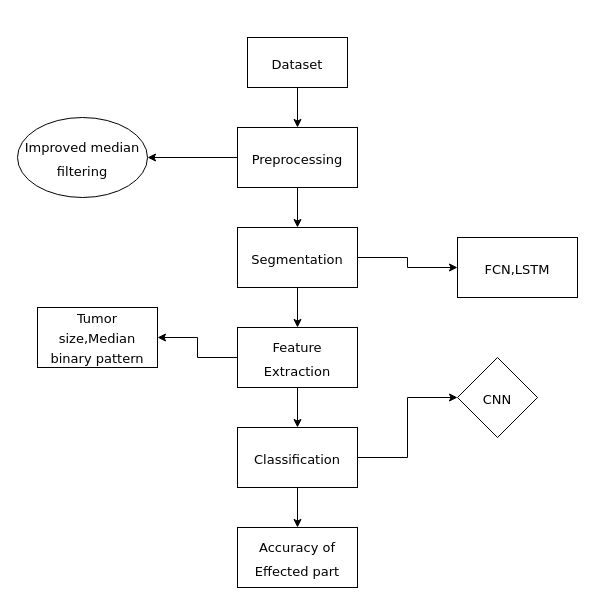
Above: manasa_design.drawio in ChanumoluGayathri/System_Design (draw.io), before the change. Source tidied: cells renumbered, new cells numbered last; positions are measured from the earlier drawing's top-left corner, leaving out a move shared by most shapes. Both pictures are drawn from the tidied source at 100%, with x=0, y=0 at pixel (17, 37). Pictures stored in the file or linked from it are replaced by grey dashed boxes.
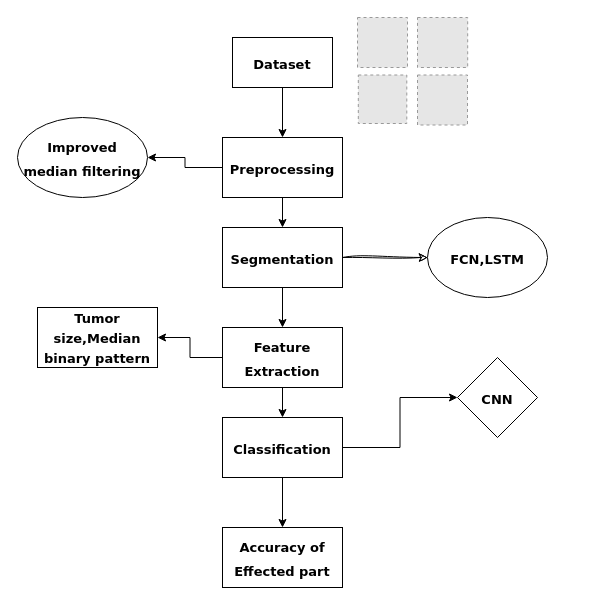
The same diagram, later.

What changed in the source:
```diff
@@
-    <mxCell id="3" value="&lt;font style=&quot;font-size: 13px;&quot; face=&quot;Verdana&quot;&gt;Dataset&lt;/font&gt;" style="rounded=0;whiteSpace=wrap;html=1;hachureGap=4;fontFamily=Architects Daughter;fontSize=20;" parent="1" vertex="1">
-      <mxGeometry x="230" width="100" height="50" as="geometry" />
+    <mxCell id="3" value="&lt;font style=&quot;font-size: 13px;&quot; face=&quot;Verdana&quot;&gt;&lt;b&gt;Dataset&lt;/b&gt;&lt;/font&gt;" style="rounded=0;whiteSpace=wrap;html=1;hachureGap=4;fontFamily=Architects Daughter;fontSize=20;" parent="1" vertex="1">
+      <mxGeometry x="215" width="100" height="50" as="geometry" />
     </mxCell>
@@
-    <mxCell id="6" value="&lt;font style=&quot;font-size: 13px;&quot; face=&quot;Verdana&quot;&gt;Preprocessing&lt;/font&gt;" style="rounded=0;whiteSpace=wrap;html=1;hachureGap=4;fontFamily=Architects Daughter;fontSize=20;" parent="1" vertex="1">
-      <mxGeometry x="220" y="90" width="120" height="60" as="geometry" />
+    <mxCell id="6" value="&lt;font style=&quot;font-size: 13px;&quot; face=&quot;Verdana&quot;&gt;&lt;b&gt;Preprocessing&lt;/b&gt;&lt;/font&gt;" style="rounded=0;whiteSpace=wrap;html=1;hachureGap=4;fontFamily=Architects Daughter;fontSize=20;" parent="1" vertex="1">
+      <mxGeometry x="205" y="100" width="120" height="60" as="geometry" />
     </mxCell>
-    <mxCell id="7" value="&lt;font style=&quot;font-size: 13px;&quot; face=&quot;Verdana&quot;&gt;Improved median filtering&lt;/font&gt;" style="ellipse;whiteSpace=wrap;html=1;hachureGap=4;fontFamily=Architects Daughter;fontSize=20;" parent="1" vertex="1">
+    <mxCell id="7" value="&lt;font style=&quot;font-size: 13px;&quot; face=&quot;Verdana&quot;&gt;&lt;b&gt;Improved median filtering&lt;/b&gt;&lt;/font&gt;" style="ellipse;whiteSpace=wrap;html=1;hachureGap=4;fontFamily=Architects Daughter;fontSize=20;" parent="1" vertex="1">
       <mxGeometry y="80" width="130" height="80" as="geometry" />
     </mxCell>
@@
-    <mxCell id="9" style="edgeStyle=orthogonalEdgeStyle;rounded=0;hachureGap=4;jettySize=auto;html=1;fontFamily=Architects Daughter;fontSize=16;" parent="1" edge="1" source="10" target="19">
+    <mxCell id="9" style="edgeStyle=orthogonalEdgeStyle;rounded=0;sketch=1;hachureGap=4;jiggle=2;curveFitting=1;jettySize=auto;html=1;fontFamily=Architects Daughter;fontSize=16;" parent="1" edge="1" source="10" target="19">
       <mxGeometry relative="1" as="geometry" />
     </mxCell>
-    <mxCell id="10" value="&lt;font style=&quot;font-size: 13px;&quot; face=&quot;Verdana&quot;&gt;Segmentation&lt;/font&gt;" style="rounded=0;whiteSpace=wrap;html=1;hachureGap=4;fontFamily=Architects Daughter;fontSize=20;" parent="1" vertex="1">
-      <mxGeometry x="220" y="190" width="120" height="60" as="geometry" />
+    <mxCell id="10" value="&lt;font style=&quot;font-size: 13px;&quot; face=&quot;Verdana&quot;&gt;&lt;b&gt;Segmentation&lt;/b&gt;&lt;/font&gt;" style="rounded=0;whiteSpace=wrap;html=1;hachureGap=4;fontFamily=Architects Daughter;fontSize=20;" parent="1" vertex="1">
+      <mxGeometry x="205" y="190" width="120" height="60" as="geometry" />
     </mxCell>
@@
-    <mxCell id="13" value="&lt;font style=&quot;font-size: 13px;&quot; face=&quot;Verdana&quot;&gt;Feature Extraction&lt;/font&gt;" style="rounded=0;whiteSpace=wrap;html=1;hachureGap=4;fontFamily=Architects Daughter;fontSize=20;" parent="1" vertex="1">
-      <mxGeometry x="220" y="290" width="120" height="60" as="geometry" />
+    <mxCell id="13" value="&lt;font style=&quot;font-size: 13px;&quot; face=&quot;Verdana&quot;&gt;&lt;b&gt;Feature Extraction&lt;/b&gt;&lt;/font&gt;" style="rounded=0;whiteSpace=wrap;html=1;hachureGap=4;fontFamily=Architects Daughter;fontSize=20;" parent="1" vertex="1">
+      <mxGeometry x="205" y="290" width="120" height="60" as="geometry" />
     </mxCell>
-    <mxCell id="14" value="&lt;p style=&quot;line-height: 90%;&quot;&gt;&lt;font style=&quot;font-size: 13px;&quot; face=&quot;Verdana&quot;&gt;Tumor size,Median binary pattern&lt;/font&gt;&lt;/p&gt;" style="rounded=0;whiteSpace=wrap;html=1;hachureGap=4;fontFamily=Architects Daughter;fontSize=20;" parent="1" vertex="1">
+    <mxCell id="14" value="&lt;p style=&quot;line-height: 90%;&quot;&gt;&lt;font style=&quot;font-size: 13px;&quot; face=&quot;Verdana&quot;&gt;&lt;b&gt;Tumor size,Median binary pattern&lt;/b&gt;&lt;/font&gt;&lt;/p&gt;" style="rounded=0;whiteSpace=wrap;html=1;hachureGap=4;fontFamily=Architects Daughter;fontSize=20;" parent="1" vertex="1">
       <mxGeometry x="20" y="270" width="120" height="60" as="geometry" />
     </mxCell>
@@
-    <mxCell id="17" value="&lt;font style=&quot;font-size: 13px;&quot; face=&quot;Verdana&quot;&gt;Classification&lt;/font&gt;" style="rounded=0;whiteSpace=wrap;html=1;hachureGap=4;fontFamily=Architects Daughter;fontSize=20;" parent="1" vertex="1">
-      <mxGeometry x="220" y="390" width="120" height="60" as="geometry" />
+    <mxCell id="17" value="&lt;font style=&quot;font-size: 13px;&quot; face=&quot;Verdana&quot;&gt;&lt;b&gt;Classification&lt;/b&gt;&lt;/font&gt;" style="rounded=0;whiteSpace=wrap;html=1;hachureGap=4;fontFamily=Architects Daughter;fontSize=20;" parent="1" vertex="1">
+      <mxGeometry x="205" y="380" width="120" height="60" as="geometry" />
     </mxCell>
-    <mxCell id="18" value="&lt;font style=&quot;font-size: 13px;&quot; face=&quot;Verdana&quot;&gt;Accuracy of Effected part&lt;/font&gt;" style="rounded=0;whiteSpace=wrap;html=1;hachureGap=4;fontFamily=Architects Daughter;fontSize=20;" parent="1" vertex="1">
-      <mxGeometry x="220" y="490" width="120" height="60" as="geometry" />
+    <mxCell id="18" value="&lt;font style=&quot;font-size: 13px;&quot; face=&quot;Verdana&quot;&gt;&lt;b&gt;Accuracy of Effected part&lt;/b&gt;&lt;/font&gt;" style="rounded=0;whiteSpace=wrap;html=1;hachureGap=4;fontFamily=Architects Daughter;fontSize=20;" parent="1" vertex="1">
+      <mxGeometry x="205" y="490" width="120" height="60" as="geometry" />
     </mxCell>
+    <mxCell id="20" value="&lt;font style=&quot;font-size: 13px;&quot; face=&quot;Verdana&quot;&gt;&lt;b&gt;CNN&lt;/b&gt;&lt;/font&gt;" style="rhombus;whiteSpace=wrap;html=1;hachureGap=4;fontFamily=Architects Daughter;fontSize=20;" parent="1" vertex="1">
+      <mxGeometry x="440" y="320" width="80" height="80" as="geometry" />
+    </mxCell>
+    <mxCell id="21" style="fillColor=#E6E6E6;strokeColor=#999999;dashed=1;verticalLabelPosition=bottom;labelBackgroundColor=default;verticalAlign=top;" parent="1" vertex="1">
+      <mxGeometry x="340" y="-20" width="50" height="50" as="geometry" />
+    </mxCell>
+    <mxCell id="22" style="fillColor=#E6E6E6;strokeColor=#999999;dashed=1;verticalLabelPosition=bottom;labelBackgroundColor=default;verticalAlign=top;" parent="1" vertex="1">
+      <mxGeometry x="400" y="-20" width="50.2" height="50" as="geometry" />
+    </mxCell>
+    <mxCell id="23" style="fillColor=#E6E6E6;strokeColor=#999999;dashed=1;verticalLabelPosition=bottom;labelBackgroundColor=default;verticalAlign=top;" parent="1" vertex="1">
+      <mxGeometry x="400" y="37.5" width="50" height="50" as="geometry" />
+    </mxCell>
+    <mxCell id="24" style="fillColor=#E6E6E6;strokeColor=#999999;dashed=1;verticalLabelPosition=bottom;labelBackgroundColor=default;verticalAlign=top;" parent="1" vertex="1">
+      <mxGeometry x="340.8" y="37.5" width="48.5" height="48.5" as="geometry" />
+    </mxCell>
-    <mxCell id="19" value="&lt;font style=&quot;font-size: 13px;&quot; face=&quot;Verdana&quot;&gt;FCN,LSTM&lt;/font&gt;" style="rounded=0;whiteSpace=wrap;html=1;hachureGap=4;fontFamily=Architects Daughter;fontSize=20;" parent="1" vertex="1">
-      <mxGeometry x="440" y="200" width="120" height="60" as="geometry" />
+    <mxCell id="19" value="&lt;font style=&quot;font-size: 13px;&quot; face=&quot;Verdana&quot;&gt;&lt;b&gt;FCN,LSTM&lt;/b&gt;&lt;/font&gt;" style="ellipse;whiteSpace=wrap;html=1;hachureGap=4;fontFamily=Architects Daughter;fontSize=20;" parent="1" vertex="1">
+      <mxGeometry x="410" y="180" width="120" height="80" as="geometry" />
     </mxCell>
-    <mxCell id="20" value="&lt;font style=&quot;font-size: 13px;&quot; face=&quot;Verdana&quot;&gt;CNN&lt;/font&gt;" style="rhombus;whiteSpace=wrap;html=1;hachureGap=4;fontFamily=Architects Daughter;fontSize=20;" parent="1" vertex="1">
-      <mxGeometry x="440" y="320" width="80" height="80" as="geometry" />
-    </mxCell>
```
